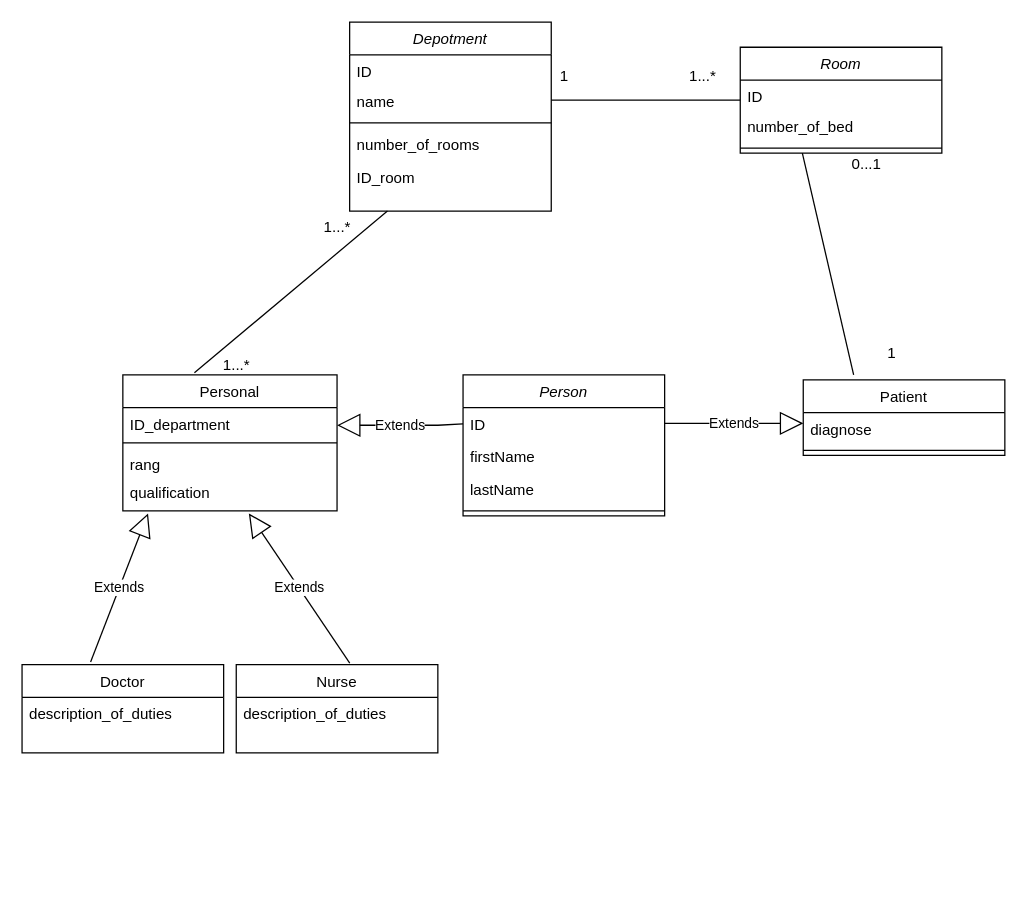
The draw.io diagram Unbenanntes Diagramm.drawio in Oksana-maker/Birthday, before the edit. Source tidied: cells renumbered, new cells numbered last; positions are measured from the earlier drawing's top-left corner, leaving out a move shared by most shapes. Both pictures are drawn from the tidied source at 126%, with x=0, y=0 at pixel (21, 21).
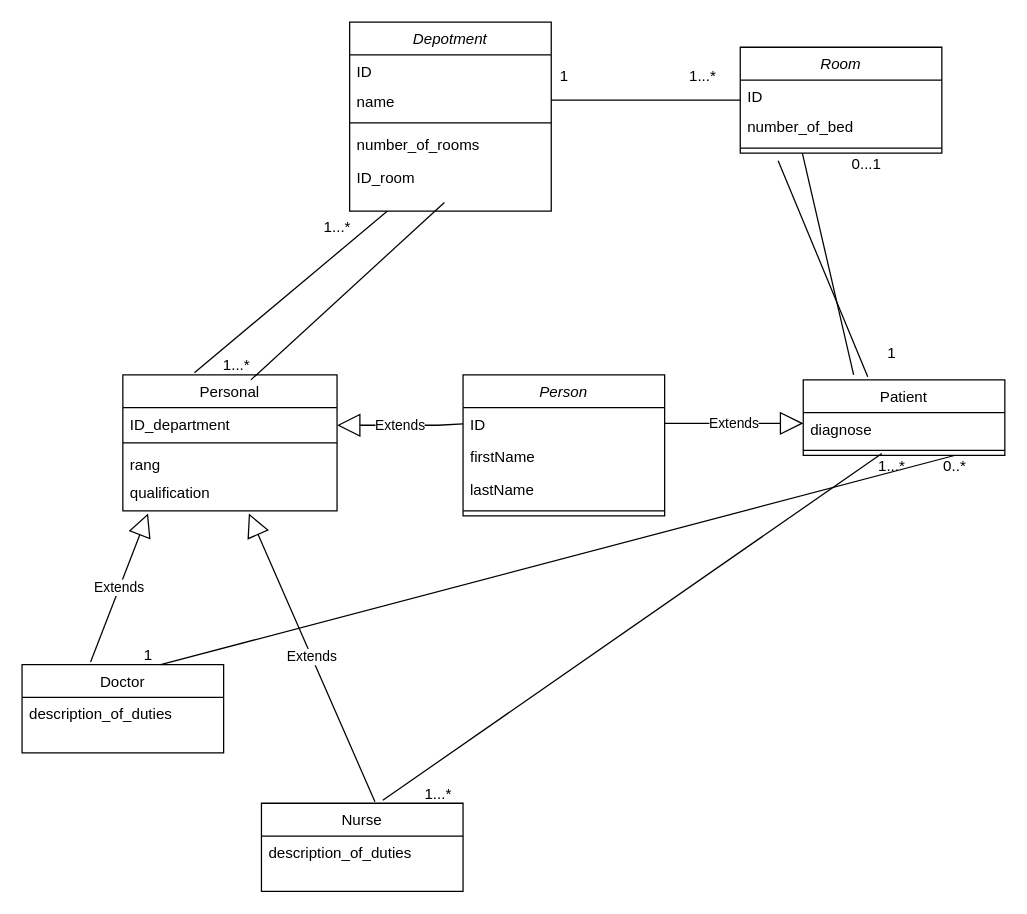
The same page after the edit.

The change refers to these unchanged cells:
```xml
<mxCell id="13" value="Patient" style="swimlane;fontStyle=0;align=center;verticalAlign=top;horizontal=1;startSize=26;rounded=0;shadow=0;strokeWidth=1;" parent="1" vertex="1">
  <mxGeometry x="620" y="284" width="160" height="60" as="geometry" />
</mxCell>
<mxCell id="15" style="line;html=1;strokeWidth=1;align=left;verticalAlign=middle;spacingTop=-1;spacingLeft=3;spacingRight=3;labelPosition=right;points=[];portConstraint=eastwest;" parent="13" vertex="1">
  <mxGeometry y="52" width="160" height="8" as="geometry" />
</mxCell>
<mxCell id="28" value="ID_room" style="text;align=left;verticalAlign=top;spacingLeft=4;spacingRight=4;overflow=hidden;points=[[0,0.5],[1,0.5]];portConstraint=eastwest;rounded=0;shadow=0;html=0;" parent="23" vertex="1">
  <mxGeometry y="110" width="160" height="30" as="geometry" />
</mxCell>
<mxCell id="34" style="line;html=1;strokeWidth=1;align=left;verticalAlign=middle;spacingTop=-1;spacingLeft=3;spacingRight=3;labelPosition=right;points=[];portConstraint=eastwest;" parent="31" vertex="1">
  <mxGeometry y="76" width="160" height="8" as="geometry" />
</mxCell>
<mxCell id="38" value="1" style="text;html=1;align=center;verticalAlign=middle;points=[];strokeColor=none;fillColor=none;" parent="1" vertex="1">
  <mxGeometry x="675" y="248" width="30" height="30" as="geometry" />
</mxCell>
<mxCell id="41" value="1...*" style="text;html=1;align=center;verticalAlign=middle;points=[];strokeColor=none;fillColor=none;" parent="1" vertex="1">
  <mxGeometry x="150" y="258" width="40" height="30" as="geometry" />
</mxCell>
```

Change to the diagram source:
```diff
@@
     <mxCell id="10" value="Nurse" style="swimlane;fontStyle=0;align=center;verticalAlign=top;horizontal=1;startSize=26;rounded=0;shadow=0;strokeWidth=1;" parent="1" vertex="1">
-      <mxGeometry x="170" y="510" width="160" height="70" as="geometry" />
+      <mxGeometry x="190" y="620" width="160" height="70" as="geometry" />
     </mxCell>
@@
+    <mxCell id="44" style="endArrow=none;html=1;rounded=0;exitX=0.602;exitY=-0.034;exitDx=0;exitDy=0;exitPerimeter=0;entryX=0.39;entryY=0.8;entryDx=0;entryDy=0;entryPerimeter=0;" parent="1" edge="1" source="10" target="15">
+      <mxGeometry relative="1" as="geometry" />
+    </mxCell>
@@
+    <mxCell id="45" value="1...*" style="text;html=1;align=center;verticalAlign=middle;strokeColor=none;fillColor=none;" parent="1" vertex="1">
+      <mxGeometry x="670" y="338" width="40" height="30" as="geometry" />
+    </mxCell>
@@
+    <mxCell id="46" value="1...*" style="text;html=1;align=center;verticalAlign=middle;strokeColor=none;fillColor=none;" parent="1" vertex="1">
+      <mxGeometry x="310" y="598" width="40" height="30" as="geometry" />
+    </mxCell>
+    <mxCell id="47" style="endArrow=none;html=1;rounded=0;entryX=0.75;entryY=1;entryDx=0;entryDy=0;" parent="1" edge="1" target="13">
+      <mxGeometry relative="1" as="geometry">
+        <mxPoint x="110" y="510" as="sourcePoint" />
+      </mxGeometry>
+    </mxCell>
+    <mxCell id="48" value="1" style="text;html=1;align=center;verticalAlign=middle;strokeColor=none;fillColor=none;" parent="1" vertex="1">
+      <mxGeometry x="85" y="488" width="30" height="30" as="geometry" />
+    </mxCell>
+    <mxCell id="49" value="0..*" style="text;html=1;align=center;verticalAlign=middle;strokeColor=none;fillColor=none;" parent="1" vertex="1">
+      <mxGeometry x="720" y="338" width="40" height="30" as="geometry" />
+    </mxCell>
+    <mxCell id="50" style="endArrow=none;html=1;rounded=0;entryX=0.47;entryY=1.107;entryDx=0;entryDy=0;entryPerimeter=0;exitX=0.79;exitY=0.867;exitDx=0;exitDy=0;exitPerimeter=0;" parent="1" edge="1" source="41" target="28">
+      <mxGeometry relative="1" as="geometry" />
+    </mxCell>
+    <mxCell id="51" style="endArrow=none;html=1;rounded=0;entryX=0.188;entryY=1.75;entryDx=0;entryDy=0;entryPerimeter=0;exitX=-0.127;exitY=1.12;exitDx=0;exitDy=0;exitPerimeter=0;" parent="1" edge="1" source="38" target="34">
+      <mxGeometry relative="1" as="geometry" />
+    </mxCell>
```
